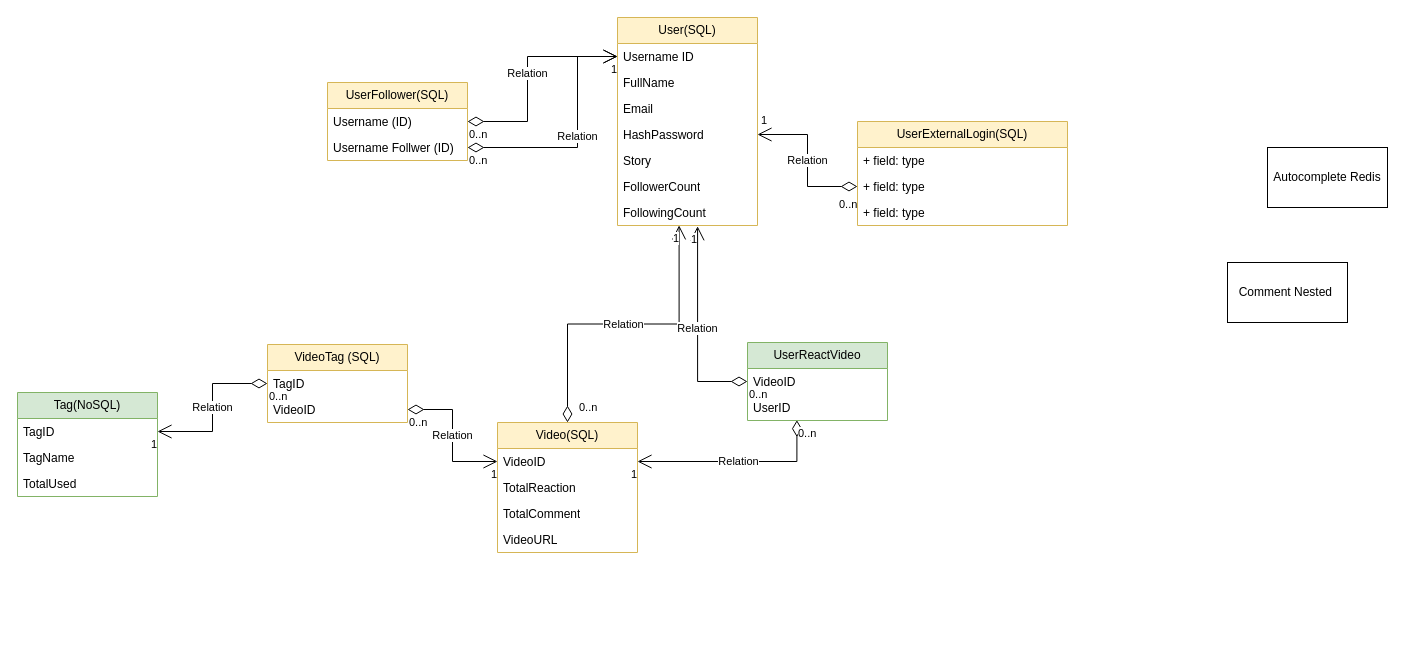
Above: page "EER" (1 of 2) of db_eer.drawio in trungnam003/tiktok_social_media (draw.io), before the change. Source tidied: cells renumbered, new cells numbered last; positions are measured from the earlier drawing's top-left corner, leaving out a move shared by most shapes. Both pictures are drawn from the tidied source at 100%, with x=0, y=0 at pixel (17, 17).
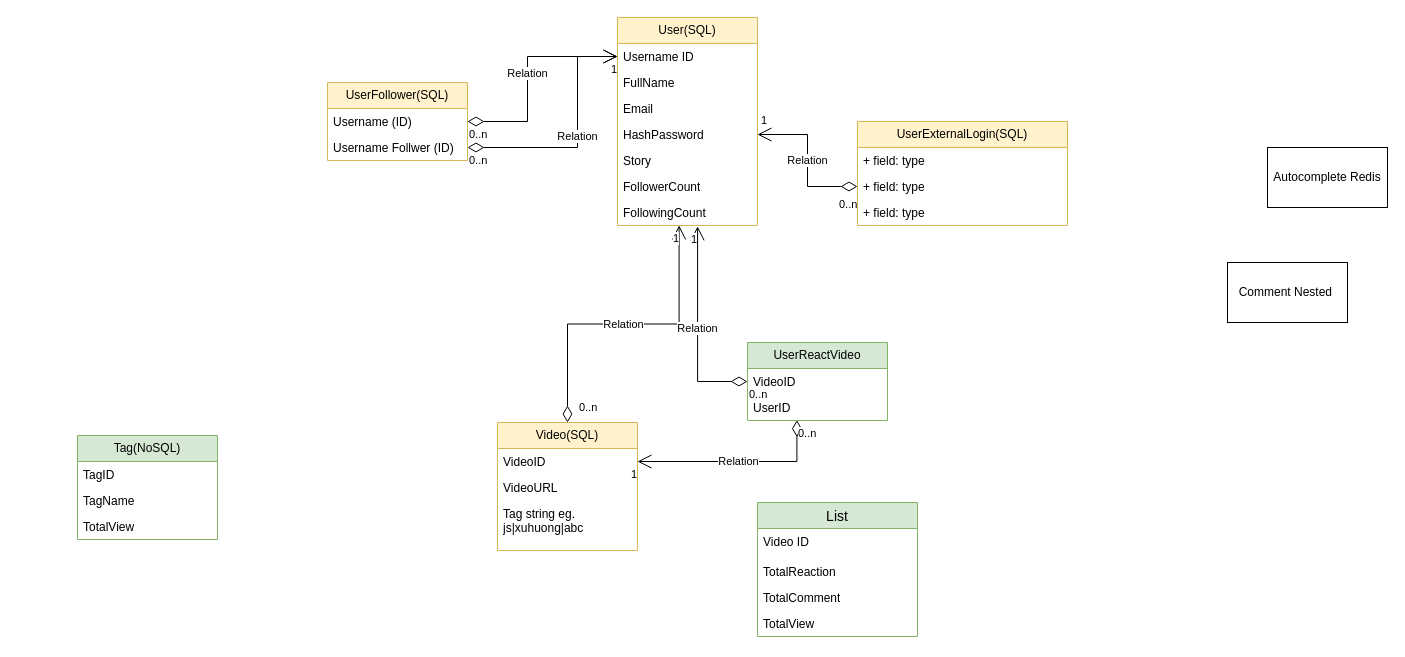
The same diagram, later.

Unchanged cells that the change refers to:
```xml
<mxCell id="27" value="VideoID" style="text;strokeColor=none;fillColor=none;align=left;verticalAlign=top;spacingLeft=4;spacingRight=4;overflow=hidden;points=[[0,0.5],[1,0.5]];portConstraint=eastwest;whiteSpace=wrap;html=1;" parent="26" vertex="1">
  <mxGeometry y="26" width="140" height="26" as="geometry" />
</mxCell>
<mxCell id="32" value="TagID" style="text;strokeColor=none;fillColor=none;align=left;verticalAlign=top;spacingLeft=4;spacingRight=4;overflow=hidden;points=[[0,0.5],[1,0.5]];portConstraint=eastwest;whiteSpace=wrap;html=1;" parent="31" vertex="1">
  <mxGeometry y="26" width="140" height="26" as="geometry" />
</mxCell>
```

The edit, as a diff of the source:
```diff
@@
     <mxCell id="26" value="Video(SQL)" style="swimlane;fontStyle=0;horizontal=1;startSize=26;fillColor=#fff2cc;whiteSpace=wrap;html=1;strokeColor=#d6b656;" parent="1" vertex="1">
-      <mxGeometry x="480" y="405" width="140" height="130" as="geometry" />
+      <mxGeometry x="480" y="405" width="140" height="128" as="geometry" />
     </mxCell>
@@
-    <mxCell id="28" value="TotalReaction" style="text;strokeColor=none;fillColor=none;align=left;verticalAlign=top;spacingLeft=4;spacingRight=4;overflow=hidden;whiteSpace=wrap;html=1;" parent="26" vertex="1">
-      <mxGeometry y="52" width="140" height="26" as="geometry" />
-    </mxCell>
-    <mxCell id="29" value="TotalComment" style="text;strokeColor=none;fillColor=none;align=left;verticalAlign=top;spacingLeft=4;spacingRight=4;overflow=hidden;whiteSpace=wrap;html=1;" parent="26" vertex="1">
-      <mxGeometry y="78" width="140" height="26" as="geometry" />
-    </mxCell>
     <mxCell id="30" value="VideoURL" style="text;strokeColor=none;fillColor=none;align=left;verticalAlign=top;spacingLeft=4;spacingRight=4;overflow=hidden;whiteSpace=wrap;html=1;" parent="26" vertex="1">
-      <mxGeometry y="104" width="140" height="26" as="geometry" />
+      <mxGeometry y="52" width="140" height="26" as="geometry" />
     </mxCell>
+    <mxCell id="58" value="Tag string eg. js|xuhuong|abc" style="text;strokeColor=none;fillColor=none;align=left;verticalAlign=top;spacingLeft=4;spacingRight=4;overflow=hidden;whiteSpace=wrap;html=1;" parent="26" vertex="1">
+      <mxGeometry y="78" width="140" height="50" as="geometry" />
+    </mxCell>
     <mxCell id="31" value="Tag(NoSQL)" style="swimlane;fontStyle=0;horizontal=1;startSize=26;fillColor=#d5e8d4;whiteSpace=wrap;html=1;strokeColor=#82b366;" parent="1" vertex="1">
-      <mxGeometry y="375" width="140" height="104" as="geometry" />
+      <mxGeometry x="60" y="418" width="140" height="104" as="geometry" />
     </mxCell>
@@
-    <mxCell id="34" value="TotalUsed" style="text;strokeColor=none;fillColor=none;align=left;verticalAlign=top;spacingLeft=4;spacingRight=4;overflow=hidden;whiteSpace=wrap;html=1;" parent="31" vertex="1">
+    <mxCell id="34" value="TotalView" style="text;strokeColor=none;fillColor=none;align=left;verticalAlign=top;spacingLeft=4;spacingRight=4;overflow=hidden;whiteSpace=wrap;html=1;" parent="31" vertex="1">
       <mxGeometry y="78" width="140" height="26" as="geometry" />
     </mxCell>
@@
-    <mxCell id="38" value="VideoTag (SQL)" style="swimlane;fontStyle=0;horizontal=1;startSize=26;fillColor=#fff2cc;whiteSpace=wrap;html=1;strokeColor=#d6b656;" parent="1" vertex="1">
-      <mxGeometry x="250" y="327" width="140" height="78" as="geometry" />
-    </mxCell>
-    <mxCell id="39" value="TagID" style="text;strokeColor=none;fillColor=none;align=left;verticalAlign=top;spacingLeft=4;spacingRight=4;overflow=hidden;points=[[0,0.5],[1,0.5]];portConstraint=eastwest;whiteSpace=wrap;html=1;" parent="38" vertex="1">
-      <mxGeometry y="26" width="140" height="26" as="geometry" />
-    </mxCell>
-    <mxCell id="40" value="VideoID" style="text;strokeColor=none;fillColor=none;align=left;verticalAlign=top;spacingLeft=4;spacingRight=4;overflow=hidden;points=[[0,0.5],[1,0.5]];portConstraint=eastwest;whiteSpace=wrap;html=1;" parent="38" vertex="1">
-      <mxGeometry y="52" width="140" height="26" as="geometry" />
-    </mxCell>
-    <mxCell id="41" value="Relation" style="endArrow=open;html=1;endSize=12;startArrow=diamondThin;startSize=14;startFill=0;edgeStyle=orthogonalEdgeStyle;rounded=0;exitX=1;exitY=0.5;exitDx=0;exitDy=0;entryX=0;entryY=0.5;entryDx=0;entryDy=0;" parent="1" edge="1" source="40" target="27">
-      <mxGeometry relative="1" as="geometry" />
-    </mxCell>
-    <mxCell id="42" value="0..n" style="edgeLabel;html=1;align=left;verticalAlign=top;" parent="41" vertex="1">
-      <mxGeometry x="-1" relative="1" as="geometry" />
-    </mxCell>
-    <mxCell id="43" value="1" style="edgeLabel;html=1;align=right;verticalAlign=top;" parent="41" vertex="1">
-      <mxGeometry x="1" relative="1" as="geometry" />
-    </mxCell>
-    <mxCell id="44" value="Relation" style="endArrow=open;html=1;endSize=12;startArrow=diamondThin;startSize=14;startFill=0;edgeStyle=orthogonalEdgeStyle;rounded=0;exitX=0;exitY=0.5;exitDx=0;exitDy=0;entryX=1;entryY=0.5;entryDx=0;entryDy=0;" parent="1" edge="1" source="39" target="32">
-      <mxGeometry relative="1" as="geometry" />
-    </mxCell>
-    <mxCell id="45" value="0..n" style="edgeLabel;html=1;align=left;verticalAlign=top;" parent="44" vertex="1">
-      <mxGeometry x="-1" relative="1" as="geometry" />
-    </mxCell>
-    <mxCell id="46" value="1" style="edgeLabel;html=1;align=right;verticalAlign=top;" parent="44" vertex="1">
-      <mxGeometry x="1" relative="1" as="geometry" />
-    </mxCell>
@@
+    <mxCell id="59" value="List" style="swimlane;fontStyle=0;horizontal=1;startSize=26;align=center;fontSize=14;fillColor=#d5e8d4;strokeColor=#82b366;" parent="1" vertex="1">
+      <mxGeometry x="740" y="485" width="160" height="134" as="geometry" />
+    </mxCell>
+    <mxCell id="60" value="Video ID" style="text;strokeColor=none;fillColor=none;spacingLeft=4;spacingRight=4;overflow=hidden;fontSize=12;whiteSpace=wrap;html=1;" parent="59" vertex="1">
+      <mxGeometry y="26" width="160" height="30" as="geometry" />
+    </mxCell>
+    <mxCell id="28" value="TotalReaction" style="text;strokeColor=none;fillColor=none;align=left;verticalAlign=top;spacingLeft=4;spacingRight=4;overflow=hidden;whiteSpace=wrap;html=1;" parent="59" vertex="1">
+      <mxGeometry y="56" width="160" height="26" as="geometry" />
+    </mxCell>
+    <mxCell id="29" value="TotalComment" style="text;strokeColor=none;fillColor=none;align=left;verticalAlign=top;spacingLeft=4;spacingRight=4;overflow=hidden;whiteSpace=wrap;html=1;" parent="59" vertex="1">
+      <mxGeometry y="82" width="160" height="26" as="geometry" />
+    </mxCell>
+    <mxCell id="61" value="TotalView" style="text;strokeColor=none;fillColor=none;align=left;verticalAlign=top;spacingLeft=4;spacingRight=4;overflow=hidden;whiteSpace=wrap;html=1;" parent="59" vertex="1">
+      <mxGeometry y="108" width="160" height="26" as="geometry" />
+    </mxCell>
```
